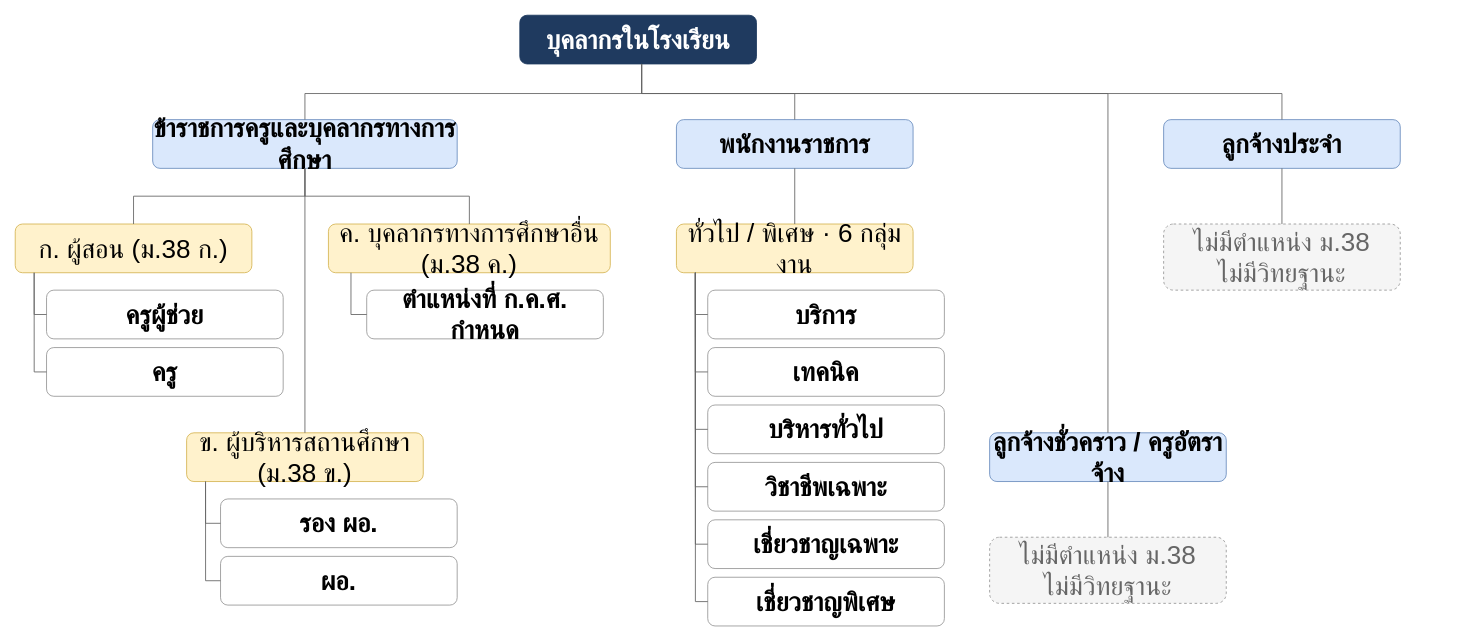
Above: page "Copy of 2 บุคลากร · 16:9 (ตัวอย่าง)" (9 of 19) of materials/doc/ver-present/2026-11-11-thai-school-staff-structure.drawio in RealTiraqmisu/SchoolDark (draw.io), before the change. Source tidied: cells renumbered, new cells numbered last; positions are measured from the earlier drawing's top-left corner, leaving out a move shared by most shapes. Both pictures are drawn from the tidied source at 87%, with x=0, y=0 at pixel (15, 15).
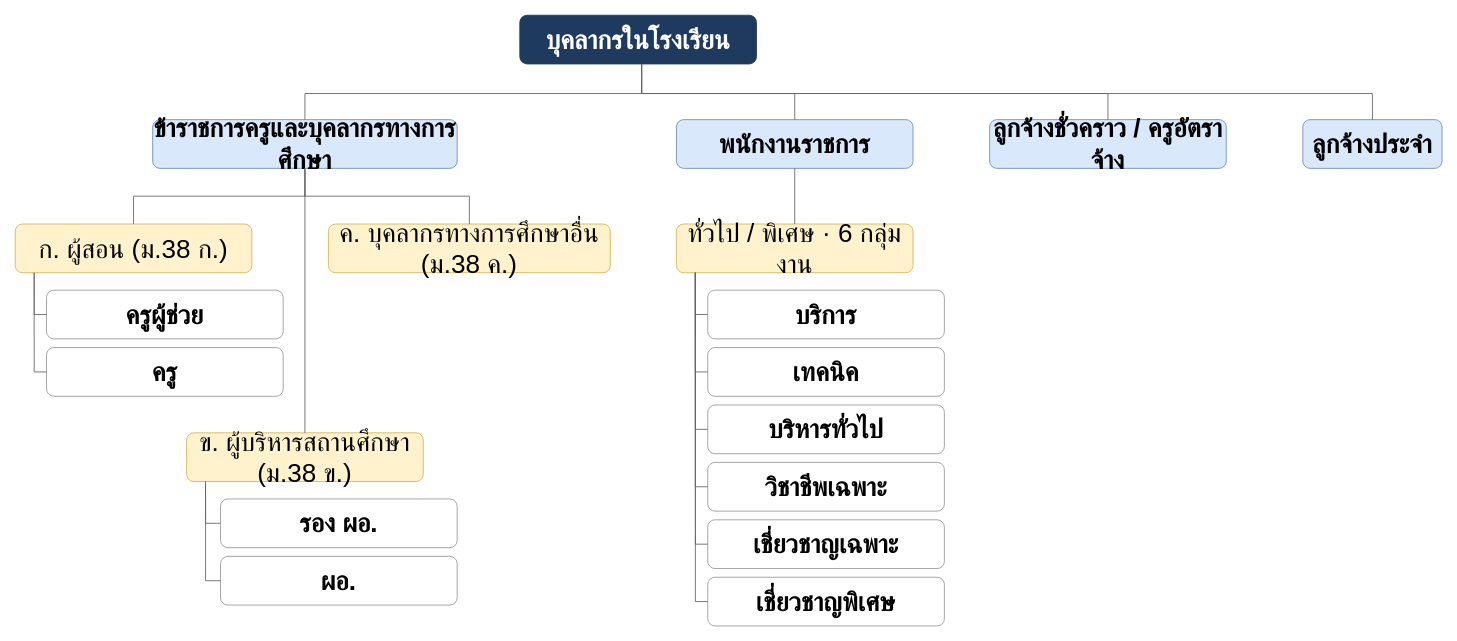
Above is the later version.

The change refers to these unchanged cells:
```xml
<mxCell id="2" value="&lt;font color=&quot;#ffffff&quot;&gt;&lt;b&gt;บุคลากรในโรงเรียน&lt;/b&gt;&lt;/font&gt;" style="rounded=1;whiteSpace=wrap;html=1;fontFamily=TH SarabunPSK;fontSize=30;fillColor=#1f3a5f;strokeColor=#1f3a5f;fontColor=#ffffff;" parent="1" vertex="1">
  <mxGeometry x="580" width="272" height="56" as="geometry" />
</mxCell>
<mxCell id="29" value="ค. บุคลากรทางการศึกษาอื่น (ม.38 ค.)" style="rounded=1;whiteSpace=wrap;html=1;fontFamily=TH SarabunPSK;fontSize=30;fillColor=#fff2cc;strokeColor=#d6b656;" parent="1" vertex="1">
  <mxGeometry x="360" y="240" width="324" height="56" as="geometry" />
</mxCell>
```

What changed in the source:
```diff
@@
     <mxCell id="7" value="ลูกจ้างประจำ" style="rounded=1;whiteSpace=wrap;html=1;fontFamily=TH SarabunPSK;fontSize=30;fillColor=#dae8fc;strokeColor=#6c8ebf;fontStyle=1;" parent="1" vertex="1">
-      <mxGeometry x="1320" y="120" width="272" height="56" as="geometry" />
+      <mxGeometry x="1480" y="120" width="160" height="56" as="geometry" />
     </mxCell>
-    <mxCell id="8" value="ไม่มีตำแหน่ง ม.38&lt;br&gt;ไม่มีวิทยฐานะ" style="rounded=1;whiteSpace=wrap;html=1;fontFamily=TH SarabunPSK;fontSize=30;fillColor=#f5f5f5;strokeColor=#999999;dashed=1;fontColor=#666666;" parent="1" vertex="1">
-      <mxGeometry x="1320" y="240" width="272" height="76" as="geometry" />
-    </mxCell>
-    <mxCell id="9" style="edgeStyle=orthogonalEdgeStyle;rounded=0;html=1;endArrow=none;strokeColor=#666666;exitX=0.5;exitY=1;exitDx=0;exitDy=0;entryX=0.5;entryY=0;entryDx=0;entryDy=0;" parent="1" edge="1" source="7" target="8">
-      <mxGeometry relative="1" as="geometry" />
-    </mxCell>
     <mxCell id="10" value="ลูกจ้างชั่วคราว / ครูอัตราจ้าง" style="rounded=1;whiteSpace=wrap;html=1;fontFamily=TH SarabunPSK;fontSize=30;fillColor=#dae8fc;strokeColor=#6c8ebf;fontStyle=1;" parent="1" vertex="1">
-      <mxGeometry x="1120" y="480" width="272" height="56" as="geometry" />
+      <mxGeometry x="1120" y="120" width="272" height="56" as="geometry" />
     </mxCell>
-    <mxCell id="11" value="ไม่มีตำแหน่ง ม.38&lt;br&gt;ไม่มีวิทยฐานะ" style="rounded=1;whiteSpace=wrap;html=1;fontFamily=TH SarabunPSK;fontSize=30;fillColor=#f5f5f5;strokeColor=#999999;dashed=1;fontColor=#666666;" parent="1" vertex="1">
-      <mxGeometry x="1120" y="600" width="272" height="76" as="geometry" />
-    </mxCell>
-    <mxCell id="12" style="edgeStyle=orthogonalEdgeStyle;rounded=0;html=1;endArrow=none;strokeColor=#666666;exitX=0.5;exitY=1;exitDx=0;exitDy=0;entryX=0.5;entryY=0;entryDx=0;entryDy=0;" parent="1" edge="1" source="10" target="11">
-      <mxGeometry relative="1" as="geometry" />
-    </mxCell>
@@
     <mxCell id="15" style="edgeStyle=orthogonalEdgeStyle;rounded=0;html=1;endArrow=none;strokeColor=#666666;entryX=0.5;entryY=0;entryDx=0;entryDy=0;" parent="1" edge="1" source="2" target="7">
       <mxGeometry x="-0.01" relative="1" as="geometry">
         <Array as="points">
           <mxPoint x="720" y="90" />
-          <mxPoint x="1456" y="90" />
+          <mxPoint x="1560" y="90" />
         </Array>
       </mxGeometry>
     </mxCell>
@@
-    <mxCell id="31" value="&lt;b&gt;ตำแหน่งที่ ก.ค.ศ. กำหนด&lt;/b&gt;" style="rounded=1;whiteSpace=wrap;html=1;fontFamily=TH SarabunPSK;fontSize=30;fillColor=#ffffff;strokeColor=#999999;" parent="1" vertex="1">
-      <mxGeometry x="404" y="316" width="272" height="56" as="geometry" />
-    </mxCell>
-    <mxCell id="32" style="edgeStyle=orthogonalEdgeStyle;rounded=0;html=1;endArrow=none;strokeColor=#666666;exitX=0.08;exitY=1;exitDx=0;exitDy=0;entryX=0;entryY=0.5;entryDx=0;entryDy=0;" parent="1" edge="1" source="29" target="31">
-      <mxGeometry relative="1" as="geometry" />
-    </mxCell>
```
